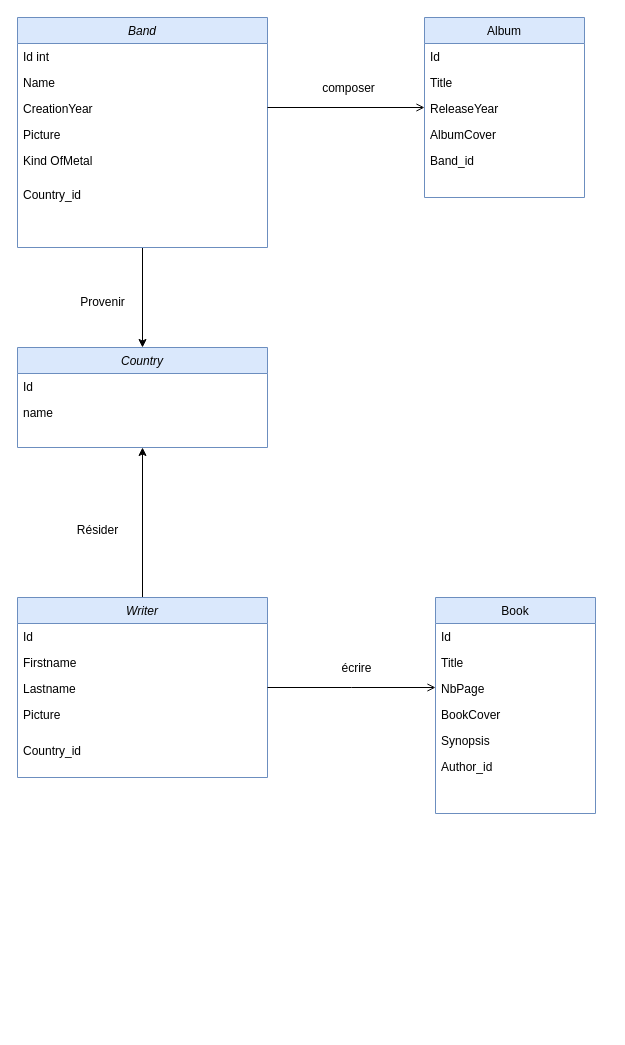
Brunod32/mediatek keeps this draw.io diagram as DiagrammeClasse.drawio. Above is the earlier version. Source tidied: cells renumbered, new cells numbered last; positions are measured from the earlier drawing's top-left corner, leaving out a move shared by most shapes. Both pictures are drawn from the tidied source at 100%, with x=0, y=0 at pixel (17, 17).
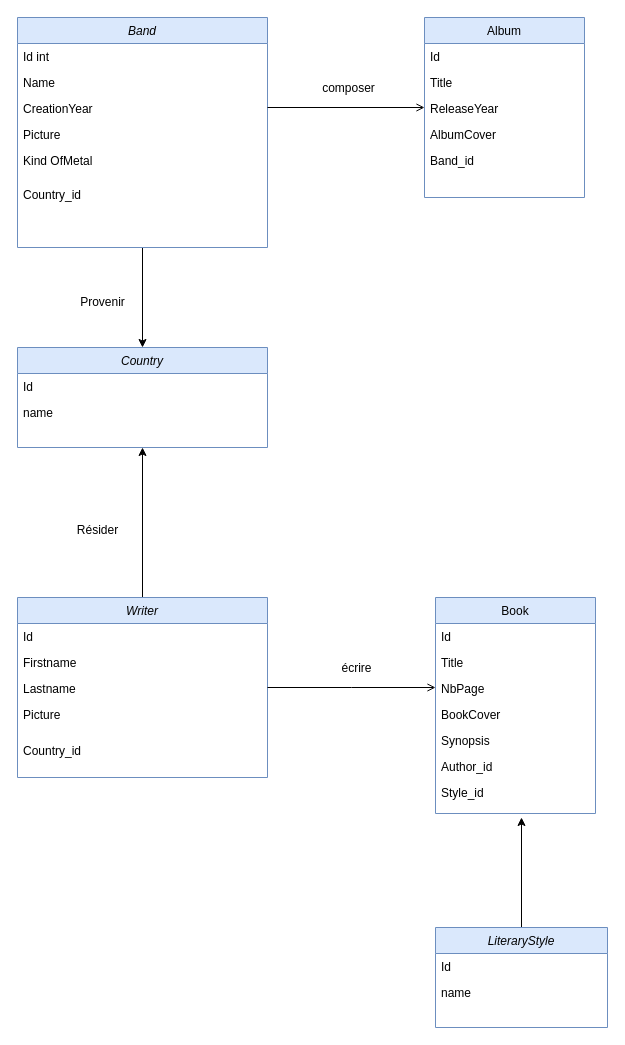
After the change.

Unchanged cells that the change refers to:
```xml
<mxCell id="25" value="Book" style="swimlane;fontStyle=0;align=center;verticalAlign=top;horizontal=1;startSize=26;rounded=0;shadow=0;strokeWidth=1;fillColor=#dae8fc;strokeColor=#6c8ebf;" parent="1" vertex="1">
  <mxGeometry x="418" y="580" width="160" height="216" as="geometry" />
</mxCell>
```

What changed in the source:
```diff
@@
+    <mxCell id="39" value="Style_id" style="text;align=left;verticalAlign=top;spacingLeft=4;spacingRight=4;overflow=hidden;rounded=0;shadow=0;html=0;" parent="25" vertex="1">
+      <mxGeometry y="182" width="160" height="26" as="geometry" />
+    </mxCell>
@@
+    <mxCell id="40" style="edgeStyle=orthogonalEdgeStyle;rounded=0;jettySize=auto;html=1;" parent="1" edge="1" source="41">
+      <mxGeometry relative="1" as="geometry">
+        <mxPoint x="504" y="800" as="targetPoint" />
+      </mxGeometry>
+    </mxCell>
+    <mxCell id="41" value="LiteraryStyle" style="swimlane;fontStyle=2;align=center;verticalAlign=top;horizontal=1;startSize=26;rounded=0;shadow=0;strokeWidth=1;fillColor=#dae8fc;strokeColor=#6c8ebf;" parent="1" vertex="1">
+      <mxGeometry x="418" y="910" width="172" height="100" as="geometry" />
+    </mxCell>
+    <mxCell id="42" value="Id" style="text;align=left;verticalAlign=top;spacingLeft=4;spacingRight=4;overflow=hidden;" parent="41" vertex="1">
+      <mxGeometry y="26" width="172" height="26" as="geometry" />
+    </mxCell>
+    <mxCell id="43" value="name" style="text;align=left;verticalAlign=top;spacingLeft=4;spacingRight=4;overflow=hidden;" parent="41" vertex="1">
+      <mxGeometry y="52" width="172" height="26" as="geometry" />
+    </mxCell>
```
